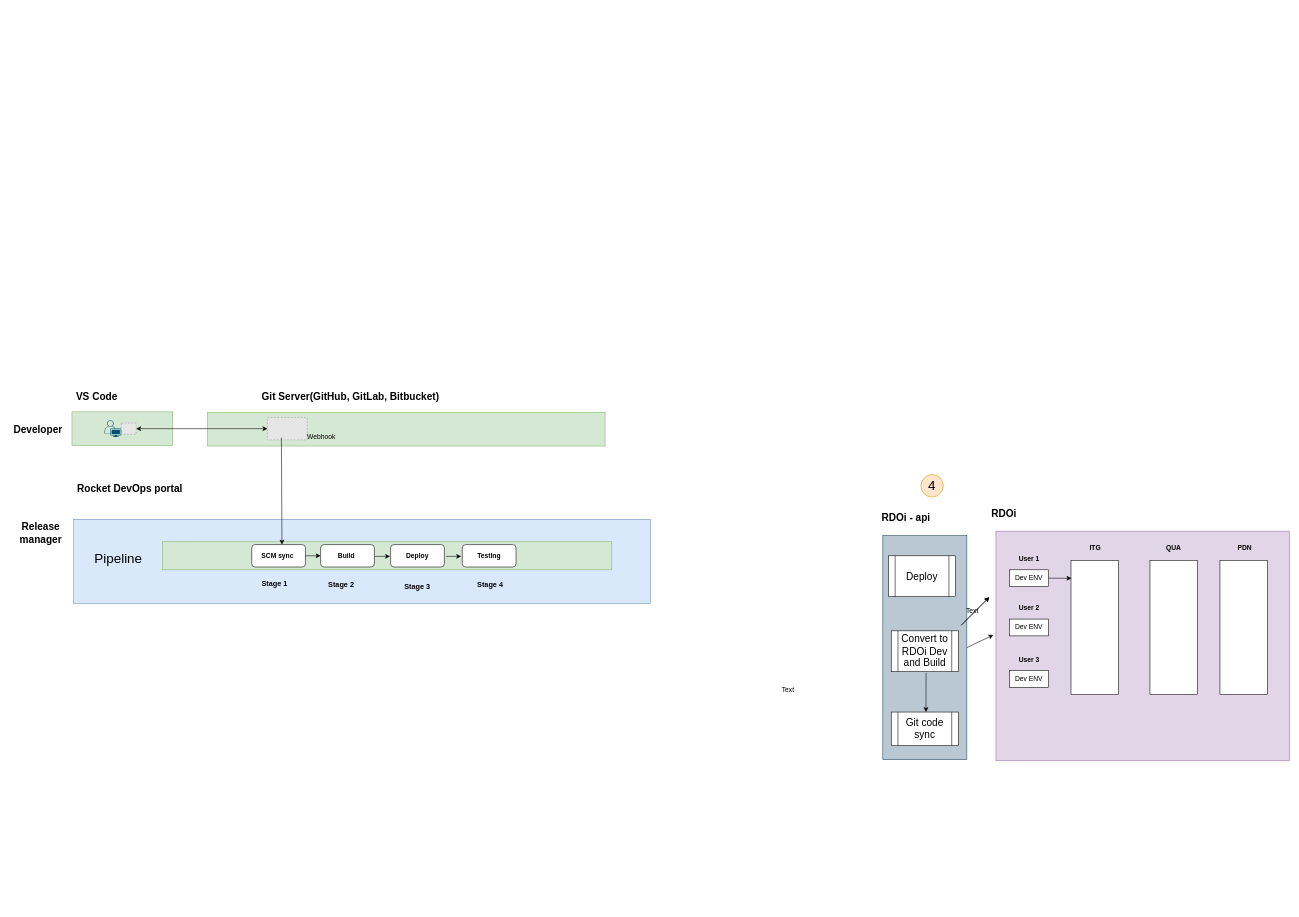
Before: RDOp/RDOpt integration.drawio in dingzhanxing/Diagram, a draw.io diagram. Source tidied: cells renumbered, new cells numbered last; positions are measured from the earlier drawing's top-left corner, leaving out a move shared by most shapes. Both pictures are drawn from the tidied source at 56%, with x=0, y=0 at pixel (10, 391). Pictures stored in the file or linked from it are replaced by grey dashed boxes.
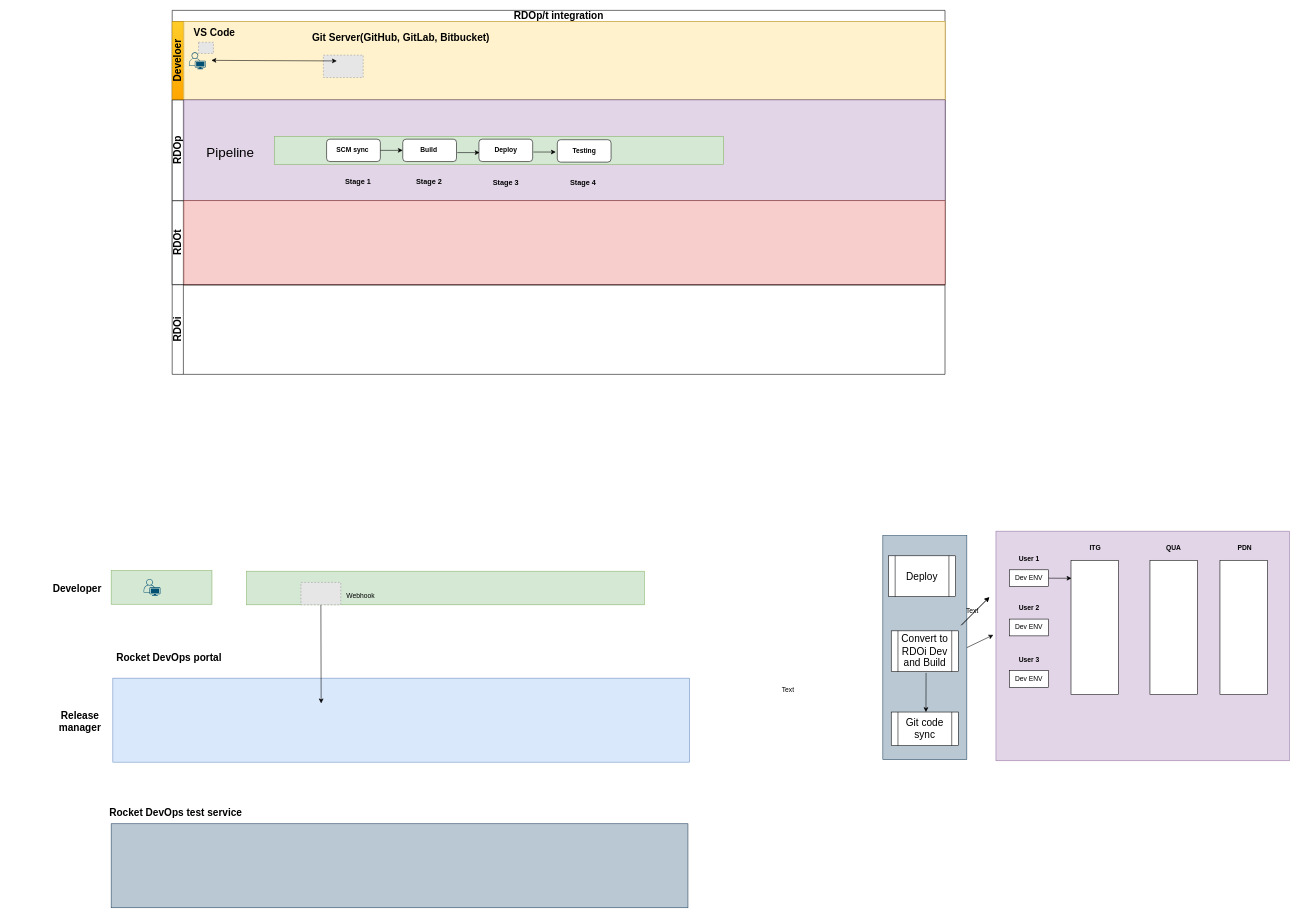
The same page after the edit.

What changed in the source:
```diff
@@
     <mxCell id="2" style="rounded=0;whiteSpace=wrap;html=1;fillColor=#d5e8d4;strokeColor=#82b366;" parent="1" vertex="1">
-      <mxGeometry x="353" y="38" width="710" height="60" as="geometry" />
+      <mxGeometry x="423" y="321.5" width="710" height="60" as="geometry" />
     </mxCell>
     <mxCell id="3" style="rounded=0;whiteSpace=wrap;html=1;fillColor=#dae8fc;strokeColor=#6c8ebf;" parent="1" vertex="1">
-      <mxGeometry x="114" y="229" width="1030" height="150" as="geometry" />
+      <mxGeometry x="184" y="512.5" width="1030" height="150" as="geometry" />
     </mxCell>
     <mxCell id="4" style="rounded=0;whiteSpace=wrap;html=1;fillColor=#d5e8d4;strokeColor=#82b366;" parent="1" vertex="1">
-      <mxGeometry x="111" y="37" width="180" height="60" as="geometry" />
+      <mxGeometry x="181" y="320.5" width="180" height="60" as="geometry" />
     </mxCell>
-    <mxCell id="5" style="fillColor=#E6E6E6;strokeColor=#999999;dashed=1;verticalLabelPosition=bottom;labelBackgroundColor=default;verticalAlign=top;" parent="1" vertex="1">
-      <mxGeometry x="199" y="57" width="26.7" height="20" as="geometry" />
-    </mxCell>
     <mxCell id="6" style="verticalLabelPosition=bottom;sketch=0;html=1;verticalAlign=top;align=center;shape=mxgraph.cisco19.user;fillColor=#005073;strokeColor=none;" parent="1" vertex="1">
-      <mxGeometry x="169" y="52" width="30" height="30" as="geometry" />
+      <mxGeometry x="239" y="335.5" width="30" height="30" as="geometry" />
     </mxCell>
-    <mxCell id="7" style="fillColor=#E6E6E6;strokeColor=#999999;dashed=1;verticalLabelPosition=bottom;labelBackgroundColor=default;verticalAlign=top;" parent="1" vertex="1">
-      <mxGeometry x="460" y="47" width="71.1" height="40" as="geometry" />
-    </mxCell>
-    <mxCell id="8" style="endArrow=classic;startArrow=classic;html=1;rounded=0;exitX=1;exitY=0.5;exitDx=0;exitDy=0;" parent="1" edge="1" source="5" target="7">
-      <mxGeometry relative="1" as="geometry" />
-    </mxCell>
     <mxCell id="9" value="&lt;b&gt;&lt;font style=&quot;font-size: 18px&quot;&gt;Developer&lt;/font&gt;&lt;/b&gt;" style="text;html=1;align=center;verticalAlign=middle;fillColor=none;strokeColor=none;rounded=0;" parent="1" vertex="1">
-      <mxGeometry y="59" width="100" height="20" as="geometry" />
+      <mxGeometry x="70" y="342.5" width="100" height="20" as="geometry" />
     </mxCell>
     <mxCell id="10" value="&lt;b&gt;&lt;font style=&quot;font-size: 18px&quot;&gt;Release &lt;br&gt;manager&lt;br&gt;&lt;/font&gt;&lt;/b&gt;" style="text;html=1;align=center;verticalAlign=middle;fillColor=none;strokeColor=none;rounded=0;" parent="1" vertex="1">
-      <mxGeometry x="10" y="234" width="90" height="40" as="geometry" />
+      <mxGeometry x="80" y="570.5" width="90" height="40" as="geometry" />
     </mxCell>
     <mxCell id="11" value="&lt;b&gt;&lt;font style=&quot;font-size: 18px&quot;&gt;Rocket DevOps portal&lt;/font&gt;&lt;/b&gt;" style="text;html=1;align=center;verticalAlign=middle;fillColor=none;strokeColor=none;rounded=0;" parent="1" vertex="1">
-      <mxGeometry x="114" y="164" width="200" height="20" as="geometry" />
+      <mxGeometry x="184" y="465.5" width="200" height="20" as="geometry" />
     </mxCell>
     <mxCell id="12" value="Webhook" style="text;html=1;align=center;verticalAlign=middle;fillColor=none;strokeColor=none;rounded=0;" parent="1" vertex="1">
-      <mxGeometry x="521" y="72" width="70" height="20" as="geometry" />
+      <mxGeometry x="591" y="355.5" width="70" height="20" as="geometry" />
     </mxCell>
@@
-    <mxCell id="14" value="&lt;b&gt;&lt;font style=&quot;font-size: 18px&quot;&gt;VS Code&lt;/font&gt;&lt;/b&gt;" style="text;html=1;align=center;verticalAlign=middle;fillColor=none;strokeColor=none;rounded=0;" parent="1" vertex="1">
-      <mxGeometry x="110" width="90" height="20" as="geometry" />
-    </mxCell>
-    <mxCell id="15" value="&lt;b&gt;&lt;font style=&quot;font-size: 18px&quot;&gt;Git Server(GitHub, GitLab, Bitbucket)&lt;/font&gt;&lt;/b&gt;" style="text;html=1;align=center;verticalAlign=middle;fillColor=none;strokeColor=none;rounded=0;" parent="1" vertex="1">
-      <mxGeometry x="443" width="330" height="20" as="geometry" />
-    </mxCell>
-    <mxCell id="16" value="&lt;b&gt;&lt;font style=&quot;font-size: 18px&quot;&gt;RDOi&lt;/font&gt;&lt;/b&gt;" style="text;html=1;align=center;verticalAlign=middle;fillColor=none;strokeColor=none;rounded=0;" parent="1" vertex="1">
-      <mxGeometry x="1745" y="209" width="60" height="20" as="geometry" />
-    </mxCell>
@@
-    <mxCell id="30" value="&lt;font style=&quot;font-size: 24px&quot;&gt;4&lt;/font&gt;" style="ellipse;whiteSpace=wrap;html=1;fillColor=#ffe6cc;strokeColor=#d79b00;" parent="1" vertex="1">
-      <mxGeometry x="1627" y="149" width="40" height="40" as="geometry" />
-    </mxCell>
-    <mxCell id="31" style="rounded=0;whiteSpace=wrap;html=1;fillColor=#d5e8d4;strokeColor=#82b366;" parent="1" vertex="1">
-      <mxGeometry x="273" y="269" width="802" height="50" as="geometry" />
-    </mxCell>
-    <mxCell id="32" value="&lt;b&gt;SCM sync&amp;nbsp;&lt;/b&gt;" style="rounded=1;whiteSpace=wrap;html=1;" parent="1" vertex="1">
-      <mxGeometry x="432" y="274" width="96" height="40" as="geometry" />
-    </mxCell>
-    <mxCell id="33" value="&lt;b&gt;Build&amp;nbsp;&lt;/b&gt;" style="rounded=1;whiteSpace=wrap;html=1;" parent="1" vertex="1">
-      <mxGeometry x="555" y="274" width="96" height="40" as="geometry" />
-    </mxCell>
-    <mxCell id="34" value="&lt;b&gt;Deploy&lt;/b&gt;" style="rounded=1;whiteSpace=wrap;html=1;" parent="1" vertex="1">
-      <mxGeometry x="680" y="274" width="96" height="40" as="geometry" />
-    </mxCell>
@@
-    <mxCell id="36" value="&lt;b&gt;&lt;font style=&quot;font-size: 18px&quot;&gt;RDOi - api&lt;/font&gt;&lt;/b&gt;" style="text;html=1;align=center;verticalAlign=middle;fillColor=none;strokeColor=none;rounded=0;" parent="1" vertex="1">
-      <mxGeometry x="1550" y="217" width="100" height="20" as="geometry" />
-    </mxCell>
@@
-    <mxCell id="44" style="endArrow=classic;html=1;rounded=0;" parent="1" edge="1">
+    <mxCell id="44" style="endArrow=classic;html=1;rounded=0;" parent="1" edge="1" source="7">
       <mxGeometry relative="1" as="geometry">
-        <mxPoint x="485" y="83" as="sourcePoint" />
-        <mxPoint x="486" y="274" as="targetPoint" />
+        <mxPoint x="556" y="557.5" as="targetPoint" />
       </mxGeometry>
     </mxCell>
@@
+    <mxCell id="48" value="Text" style="text;html=1;strokeColor=none;fillColor=none;align=center;verticalAlign=middle;whiteSpace=wrap;rounded=0;" parent="1" vertex="1">
+      <mxGeometry x="1360" y="519" width="60" height="30" as="geometry" />
+    </mxCell>
+    <mxCell id="54" style="endArrow=classic;html=1;rounded=0;exitX=1;exitY=0.5;exitDx=0;exitDy=0;entryX=0;entryY=0.5;entryDx=0;entryDy=0;" parent="1" edge="1">
+      <mxGeometry relative="1" as="geometry">
+        <mxPoint x="803" y="-428.5" as="sourcePoint" />
+        <mxPoint x="830" y="-428.5" as="targetPoint" />
+      </mxGeometry>
+    </mxCell>
+    <mxCell id="55" style="endArrow=classic;html=1;rounded=0;exitX=1;exitY=0.5;exitDx=0;exitDy=0;entryX=0;entryY=0.5;entryDx=0;entryDy=0;" parent="1" edge="1">
+      <mxGeometry relative="1" as="geometry">
+        <mxPoint x="930" y="-428.5" as="sourcePoint" />
+        <mxPoint x="957" y="-428.5" as="targetPoint" />
+      </mxGeometry>
+    </mxCell>
+    <mxCell id="56" style="rounded=0;whiteSpace=wrap;html=1;fillColor=#bac8d3;strokeColor=#23445d;" parent="1" vertex="1">
+      <mxGeometry x="181" y="772.5" width="1030" height="150" as="geometry" />
+    </mxCell>
+    <mxCell id="57" value="&lt;b&gt;&lt;font style=&quot;font-size: 18px&quot;&gt;Rocket DevOps test service&lt;/font&gt;&lt;/b&gt;" style="text;html=1;align=center;verticalAlign=middle;fillColor=none;strokeColor=none;rounded=0;" parent="1" vertex="1">
+      <mxGeometry x="166" y="732.5" width="260" height="40" as="geometry" />
+    </mxCell>
+    <mxCell id="58" value="&lt;font style=&quot;font-size: 18px;&quot;&gt;RDOp/t integration&lt;/font&gt;" style="swimlane;horizontal=1;startSize=20;html=1;" parent="1" vertex="1">
+      <mxGeometry x="290" y="-680" width="1380" height="490" as="geometry" />
+    </mxCell>
+    <mxCell id="59" value="&lt;font style=&quot;font-size: 18px;&quot;&gt;Develoer&lt;/font&gt;" style="swimlane;startSize=20;horizontal=0;html=1;fillColor=#ffcd28;strokeColor=#d79b00;gradientColor=#ffa500;" parent="58" vertex="1">
+      <mxGeometry y="20" width="1380" height="140" as="geometry" />
+    </mxCell>
+    <mxCell id="60" style="whiteSpace=wrap;html=1;fillColor=#fff2cc;strokeColor=#d6b656;" parent="59" vertex="1">
+      <mxGeometry x="21" width="1359" height="140" as="geometry" />
+    </mxCell>
+    <mxCell id="61" style="verticalLabelPosition=bottom;sketch=0;html=1;verticalAlign=top;align=center;shape=mxgraph.cisco19.user;fillColor=#005073;strokeColor=none;" parent="59" vertex="1">
+      <mxGeometry x="30" y="55" width="30" height="30" as="geometry" />
+    </mxCell>
+    <mxCell id="62" style="fillColor=#E6E6E6;strokeColor=#999999;dashed=1;verticalLabelPosition=bottom;labelBackgroundColor=default;verticalAlign=top;" parent="59" vertex="1">
+      <mxGeometry x="270" y="60" width="71.1" height="40" as="geometry" />
+    </mxCell>
+    <mxCell id="63" style="endArrow=classic;startArrow=classic;html=1;rounded=0;exitX=1;exitY=0.5;exitDx=0;exitDy=0;entryX=0;entryY=0.25;entryDx=0;entryDy=0;" parent="59" edge="1">
+      <mxGeometry relative="1" as="geometry">
+        <mxPoint x="70" y="69.3" as="sourcePoint" />
+        <mxPoint x="294" y="70.3" as="targetPoint" />
+      </mxGeometry>
+    </mxCell>
+    <mxCell id="5" style="fillColor=#E6E6E6;strokeColor=#999999;dashed=1;verticalLabelPosition=bottom;labelBackgroundColor=default;verticalAlign=top;" parent="59" vertex="1">
+      <mxGeometry x="47" y="37" width="26.7" height="20" as="geometry" />
+    </mxCell>
+    <mxCell id="14" value="&lt;b&gt;&lt;font style=&quot;font-size: 18px&quot;&gt;VS Code&lt;/font&gt;&lt;/b&gt;" style="text;html=1;align=center;verticalAlign=middle;fillColor=none;strokeColor=none;rounded=0;" parent="59" vertex="1">
+      <mxGeometry x="30" y="10" width="90" height="20" as="geometry" />
+    </mxCell>
+    <mxCell id="15" value="&lt;b&gt;&lt;font style=&quot;font-size: 18px&quot;&gt;Git Server(GitHub, GitLab, Bitbucket)&lt;/font&gt;&lt;/b&gt;" style="text;html=1;align=center;verticalAlign=middle;fillColor=none;strokeColor=none;rounded=0;" parent="59" vertex="1">
+      <mxGeometry x="243" y="20" width="330" height="20" as="geometry" />
+    </mxCell>
+    <mxCell id="64" value="&lt;font style=&quot;font-size: 18px;&quot;&gt;RDOp&lt;/font&gt;" style="swimlane;startSize=20;horizontal=0;html=1;" parent="58" vertex="1">
+      <mxGeometry y="160" width="1380" height="180" as="geometry" />
+    </mxCell>
+    <mxCell id="65" style="whiteSpace=wrap;html=1;fillColor=#e1d5e7;strokeColor=#9673a6;" parent="64" vertex="1">
+      <mxGeometry x="21" width="1359" height="180" as="geometry" />
+    </mxCell>
-    <mxCell id="46" value="&lt;font style=&quot;font-size: 24px;&quot;&gt;Pipeline&lt;/font&gt;" style="text;html=1;strokeColor=none;fillColor=none;align=center;verticalAlign=middle;whiteSpace=wrap;rounded=0;" parent="1" vertex="1">
-      <mxGeometry x="164" y="284" width="60" height="30" as="geometry" />
+    <mxCell id="46" value="&lt;font style=&quot;font-size: 24px;&quot;&gt;Pipeline&lt;/font&gt;" style="text;html=1;strokeColor=none;fillColor=none;align=center;verticalAlign=middle;whiteSpace=wrap;rounded=0;" parent="64" vertex="1">
+      <mxGeometry x="73.7" y="80" width="60" height="30" as="geometry" />
     </mxCell>
+    <mxCell id="31" style="rounded=0;whiteSpace=wrap;html=1;fillColor=#d5e8d4;strokeColor=#82b366;" parent="64" vertex="1">
+      <mxGeometry x="182.7" y="65" width="802" height="50" as="geometry" />
+    </mxCell>
+    <mxCell id="32" value="&lt;b&gt;SCM sync&amp;nbsp;&lt;/b&gt;" style="rounded=1;whiteSpace=wrap;html=1;" parent="64" vertex="1">
+      <mxGeometry x="275.7" y="70" width="96" height="40" as="geometry" />
+    </mxCell>
+    <mxCell id="33" value="&lt;b&gt;Build&amp;nbsp;&lt;/b&gt;" style="rounded=1;whiteSpace=wrap;html=1;" parent="64" vertex="1">
+      <mxGeometry x="411.7" y="70" width="96" height="40" as="geometry" />
+    </mxCell>
+    <mxCell id="34" value="&lt;b&gt;Deploy&lt;/b&gt;" style="rounded=1;whiteSpace=wrap;html=1;" parent="64" vertex="1">
+      <mxGeometry x="547.7" y="70" width="96" height="40" as="geometry" />
+    </mxCell>
-    <mxCell id="47" value="&lt;b&gt;Testing&lt;/b&gt;" style="rounded=1;whiteSpace=wrap;html=1;" parent="1" vertex="1">
-      <mxGeometry x="808" y="274" width="96" height="40" as="geometry" />
+    <mxCell id="47" value="&lt;b&gt;Testing&lt;/b&gt;" style="rounded=1;whiteSpace=wrap;html=1;" parent="64" vertex="1">
+      <mxGeometry x="687.7" y="71" width="96" height="40" as="geometry" />
     </mxCell>
-    <mxCell id="48" value="Text" style="text;html=1;strokeColor=none;fillColor=none;align=center;verticalAlign=middle;whiteSpace=wrap;rounded=0;" parent="1" vertex="1">
-      <mxGeometry x="1360" y="519" width="60" height="30" as="geometry" />
-    </mxCell>
+    <mxCell id="53" style="endArrow=classic;html=1;rounded=0;exitX=1;exitY=0.5;exitDx=0;exitDy=0;entryX=0;entryY=0.5;entryDx=0;entryDy=0;" parent="64" edge="1" source="32" target="33">
+      <mxGeometry relative="1" as="geometry" />
+    </mxCell>
-    <mxCell id="49" value="&lt;b style=&quot;font-size: 13px;&quot;&gt;Stage 1&lt;/b&gt;" style="text;html=1;strokeColor=none;fillColor=none;align=center;verticalAlign=middle;whiteSpace=wrap;rounded=0;fontSize=13;" parent="1" vertex="1">
-      <mxGeometry x="443" y="329" width="60" height="30" as="geometry" />
+    <mxCell id="49" value="&lt;b style=&quot;font-size: 13px;&quot;&gt;Stage 1&lt;/b&gt;" style="text;html=1;strokeColor=none;fillColor=none;align=center;verticalAlign=middle;whiteSpace=wrap;rounded=0;fontSize=13;" parent="64" vertex="1">
+      <mxGeometry x="302" y="130" width="60" height="30" as="geometry" />
     </mxCell>
-    <mxCell id="50" value="&lt;b style=&quot;font-size: 13px;&quot;&gt;Stage 2&lt;/b&gt;" style="text;html=1;strokeColor=none;fillColor=none;align=center;verticalAlign=middle;whiteSpace=wrap;rounded=0;fontSize=13;" parent="1" vertex="1">
-      <mxGeometry x="562" y="331" width="60" height="30" as="geometry" />
+    <mxCell id="50" value="&lt;b style=&quot;font-size: 13px;&quot;&gt;Stage 2&lt;/b&gt;" style="text;html=1;strokeColor=none;fillColor=none;align=center;verticalAlign=middle;whiteSpace=wrap;rounded=0;fontSize=13;" parent="64" vertex="1">
+      <mxGeometry x="429" y="131" width="60" height="30" as="geometry" />
     </mxCell>
-    <mxCell id="51" value="&lt;b style=&quot;font-size: 13px;&quot;&gt;Stage 3&lt;/b&gt;" style="text;html=1;strokeColor=none;fillColor=none;align=center;verticalAlign=middle;whiteSpace=wrap;rounded=0;fontSize=13;" parent="1" vertex="1">
-      <mxGeometry x="698" y="333" width="60" height="30" as="geometry" />
+    <mxCell id="51" value="&lt;b style=&quot;font-size: 13px;&quot;&gt;Stage 3&lt;/b&gt;" style="text;html=1;strokeColor=none;fillColor=none;align=center;verticalAlign=middle;whiteSpace=wrap;rounded=0;fontSize=13;" parent="64" vertex="1">
+      <mxGeometry x="566" y="133" width="60" height="30" as="geometry" />
     </mxCell>
-    <mxCell id="52" value="&lt;b style=&quot;font-size: 13px;&quot;&gt;Stage 4&lt;/b&gt;" style="text;html=1;strokeColor=none;fillColor=none;align=center;verticalAlign=middle;whiteSpace=wrap;rounded=0;fontSize=13;" parent="1" vertex="1">
-      <mxGeometry x="828" y="331" width="60" height="30" as="geometry" />
+    <mxCell id="52" value="&lt;b style=&quot;font-size: 13px;&quot;&gt;Stage 4&lt;/b&gt;" style="text;html=1;strokeColor=none;fillColor=none;align=center;verticalAlign=middle;whiteSpace=wrap;rounded=0;fontSize=13;" parent="64" vertex="1">
+      <mxGeometry x="704" y="133" width="60" height="30" as="geometry" />
     </mxCell>
-    <mxCell id="53" style="endArrow=classic;html=1;rounded=0;exitX=1;exitY=0.5;exitDx=0;exitDy=0;entryX=0;entryY=0.5;entryDx=0;entryDy=0;" parent="1" edge="1" source="32" target="33">
-      <mxGeometry relative="1" as="geometry" />
-    </mxCell>
-    <mxCell id="54" style="endArrow=classic;html=1;rounded=0;exitX=1;exitY=0.5;exitDx=0;exitDy=0;entryX=0;entryY=0.5;entryDx=0;entryDy=0;" parent="1" edge="1">
-      <mxGeometry relative="1" as="geometry">
-        <mxPoint x="652" y="295" as="sourcePoint" />
-        <mxPoint x="679" y="295" as="targetPoint" />
-      </mxGeometry>
-    </mxCell>
-    <mxCell id="55" style="endArrow=classic;html=1;rounded=0;exitX=1;exitY=0.5;exitDx=0;exitDy=0;entryX=0;entryY=0.5;entryDx=0;entryDy=0;" parent="1" edge="1">
-      <mxGeometry relative="1" as="geometry">
-        <mxPoint x="779" y="295" as="sourcePoint" />
-        <mxPoint x="806" y="295" as="targetPoint" />
-      </mxGeometry>
-    </mxCell>
+    <mxCell id="66" value="&lt;font style=&quot;font-size: 18px;&quot;&gt;RDOt&lt;/font&gt;" style="swimlane;startSize=20;horizontal=0;html=1;" parent="58" vertex="1">
+      <mxGeometry y="340" width="1380" height="150" as="geometry" />
+    </mxCell>
+    <mxCell id="67" style="whiteSpace=wrap;html=1;fillColor=#f8cecc;strokeColor=#b85450;" parent="66" vertex="1">
+      <mxGeometry x="21" width="1359" height="150" as="geometry" />
+    </mxCell>
+    <mxCell id="68" style="endArrow=classic;html=1;rounded=0;" parent="1" edge="1" target="7">
+      <mxGeometry relative="1" as="geometry">
+        <mxPoint x="555" y="366.5" as="sourcePoint" />
+      </mxGeometry>
+    </mxCell>
+    <mxCell id="7" style="fillColor=#E6E6E6;strokeColor=#999999;dashed=1;verticalLabelPosition=bottom;labelBackgroundColor=default;verticalAlign=top;" parent="1" vertex="1">
+      <mxGeometry x="519.9" y="341.5" width="71.1" height="40" as="geometry" />
+    </mxCell>
+    <mxCell id="16" value="&lt;font style=&quot;font-size: 18px;&quot;&gt;RDOi&lt;/font&gt;" style="swimlane;startSize=20;horizontal=0;html=1;" parent="1" vertex="1">
+      <mxGeometry x="290" y="-190" width="1380" height="160" as="geometry" />
+    </mxCell>
+    <mxCell id="69" style="endArrow=classic;html=1;rounded=0;exitX=1;exitY=0.5;exitDx=0;exitDy=0;entryX=0;entryY=0.5;entryDx=0;entryDy=0;" parent="1" edge="1">
+      <mxGeometry relative="1" as="geometry">
+        <mxPoint x="799" y="-426" as="sourcePoint" />
+        <mxPoint x="839" y="-426" as="targetPoint" />
+      </mxGeometry>
+    </mxCell>
+    <mxCell id="70" style="endArrow=classic;html=1;rounded=0;exitX=1;exitY=0.5;exitDx=0;exitDy=0;entryX=0;entryY=0.5;entryDx=0;entryDy=0;" parent="1" edge="1">
+      <mxGeometry relative="1" as="geometry">
+        <mxPoint x="935" y="-427" as="sourcePoint" />
+        <mxPoint x="975" y="-427" as="targetPoint" />
+      </mxGeometry>
+    </mxCell>
```
